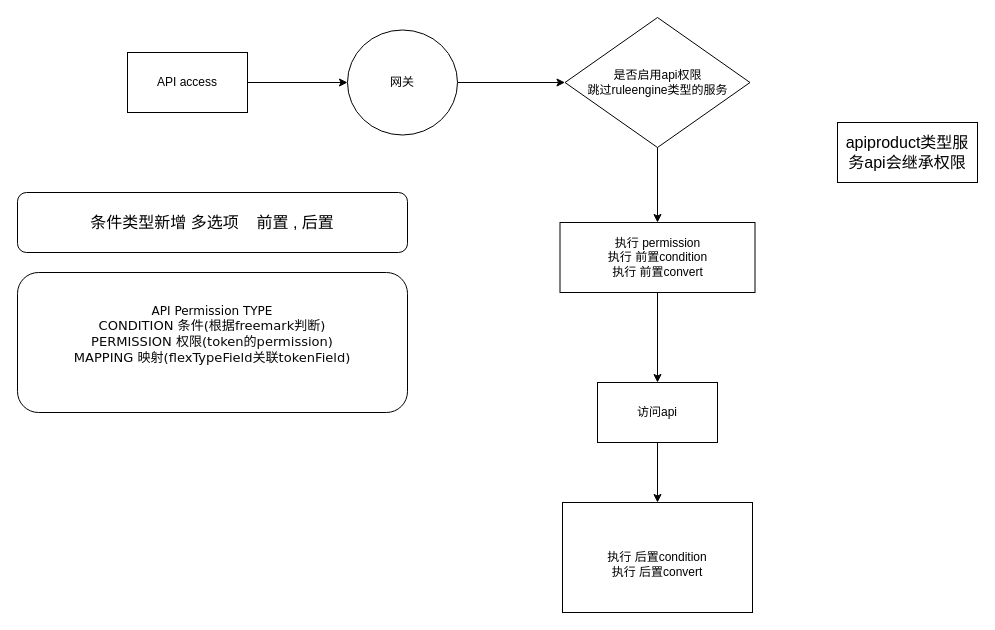
Above: 未命名绘图.drawio in anyingle/ay-diagrams (draw.io), before the change. Source tidied: cells renumbered, new cells numbered last; positions are measured from the earlier drawing's top-left corner, leaving out a move shared by most shapes. Both pictures are drawn from the tidied source at 100%, with x=0, y=0 at pixel (17, 17).
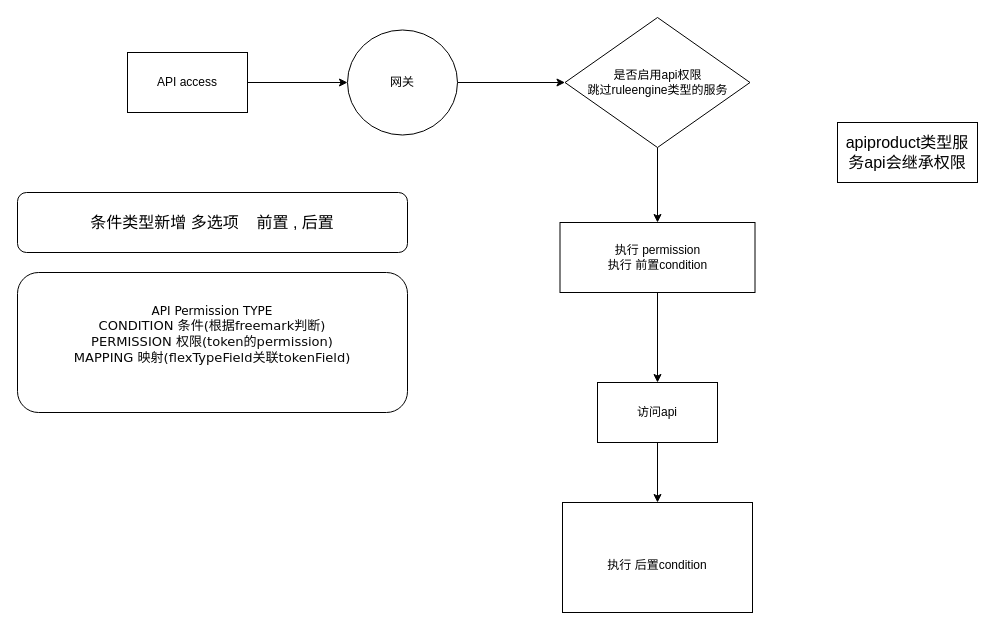
The same page after the edit.

Commit message:
更新未命名绘图.drawio

The edit, as a diff of the source:
```diff
@@
 <mxGraphModel>
   <root>
     <mxCell id="0" />
     <mxCell id="1" parent="0" />
     <mxCell id="2" value="API access" style="rounded=0;whiteSpace=wrap;html=1;" parent="1" vertex="1">
       <mxGeometry x="110" y="35" width="120" height="60" as="geometry" />
     </mxCell>
     <mxCell id="3" style="endArrow=classic;html=1;rounded=0;exitX=1;exitY=0.5;exitDx=0;exitDy=0;entryX=0;entryY=0.5;entryDx=0;entryDy=0;" parent="1" edge="1" source="2" target="5">
       <mxGeometry relative="1" as="geometry" />
     </mxCell>
     <mxCell id="4" style="edgeStyle=orthogonalEdgeStyle;rounded=0;jettySize=auto;html=1;" parent="1" edge="1" source="5" target="7">
       <mxGeometry relative="1" as="geometry" />
     </mxCell>
     <mxCell id="5" value="网关" style="ellipse;whiteSpace=wrap;html=1;" parent="1" vertex="1">
       <mxGeometry x="330" y="12.5" width="110" height="105" as="geometry" />
     </mxCell>
     <mxCell id="6" style="edgeStyle=orthogonalEdgeStyle;rounded=0;jettySize=auto;html=1;" parent="1" edge="1" source="7" target="9">
       <mxGeometry relative="1" as="geometry" />
     </mxCell>
     <mxCell id="7" value="是否启用api权限&lt;br&gt;跳过ruleengine类型的服务" style="rhombus;whiteSpace=wrap;html=1;" parent="1" vertex="1">
       <mxGeometry x="547.5" width="185" height="130" as="geometry" />
     </mxCell>
     <mxCell id="8" style="edgeStyle=orthogonalEdgeStyle;rounded=0;jettySize=auto;html=1;" parent="1" edge="1" source="9" target="11">
       <mxGeometry relative="1" as="geometry" />
     </mxCell>
-    <mxCell id="9" value="执行 permission&lt;br&gt;执行 前置condition&lt;br&gt;执行 前置convert" style="whiteSpace=wrap;html=1;" parent="1" vertex="1">
+    <mxCell id="9" value="执行 permission&lt;br&gt;执行 前置condition&lt;br&gt;" style="whiteSpace=wrap;html=1;" parent="1" vertex="1">
       <mxGeometry x="542.5" y="205" width="195" height="70" as="geometry" />
     </mxCell>
     <mxCell id="10" style="edgeStyle=orthogonalEdgeStyle;rounded=0;jettySize=auto;html=1;entryX=0.5;entryY=0;entryDx=0;entryDy=0;" parent="1" edge="1" source="11" target="14">
       <mxGeometry relative="1" as="geometry" />
     </mxCell>
     <mxCell id="11" value="访问api" style="whiteSpace=wrap;html=1;" parent="1" vertex="1">
       <mxGeometry x="580" y="365" width="120" height="60" as="geometry" />
     </mxCell>
     <mxCell id="12" value="API Permission TYPE&lt;br&gt;&lt;div style=&quot;background-color: rgb(255, 255, 255); color: rgb(8, 8, 8); font-size: 9.8pt;&quot;&gt;&lt;div&gt;CONDITION 条件(根据freemark判断)&lt;/div&gt;&lt;div&gt;&lt;div style=&quot;font-size: 9.8pt;&quot;&gt;&lt;div&gt;PERMISSION 权限(token的permission)&lt;/div&gt;&lt;div&gt;&lt;div style=&quot;font-size: 9.8pt;&quot;&gt;&lt;div&gt;MAPPING 映射(flexTypeField关联tokenField)&lt;/div&gt;&lt;div&gt;&lt;br&gt;&lt;/div&gt;&lt;/div&gt;&lt;/div&gt;&lt;/div&gt;&lt;/div&gt;&lt;/div&gt;" style="rounded=1;whiteSpace=wrap;html=1;fontFamily=Verdana;" parent="1" vertex="1">
       <mxGeometry y="255" width="390" height="140" as="geometry" />
     </mxCell>
     <mxCell id="13" value="条件类型新增 多选项&amp;nbsp; &amp;nbsp; 前置 , 后置" style="rounded=1;whiteSpace=wrap;html=1;fontSize=16;" parent="1" vertex="1">
       <mxGeometry y="175" width="390" height="60" as="geometry" />
     </mxCell>
-    <mxCell id="14" value="&lt;br&gt;执行 后置condition&lt;br&gt;执行 后置convert" style="whiteSpace=wrap;html=1;" parent="1" vertex="1">
+    <mxCell id="14" value="&lt;br&gt;执行 后置condition&lt;br&gt;" style="whiteSpace=wrap;html=1;" parent="1" vertex="1">
       <mxGeometry x="545" y="485" width="190" height="110" as="geometry" />
     </mxCell>
     <mxCell id="15" value="apiproduct类型服务api会继承权限&lt;br&gt;" style="rounded=0;whiteSpace=wrap;html=1;fontSize=16;" parent="1" vertex="1">
       <mxGeometry x="820" y="105" width="140" height="60" as="geometry" />
     </mxCell>
   </root>
 </mxGraphModel>
```
